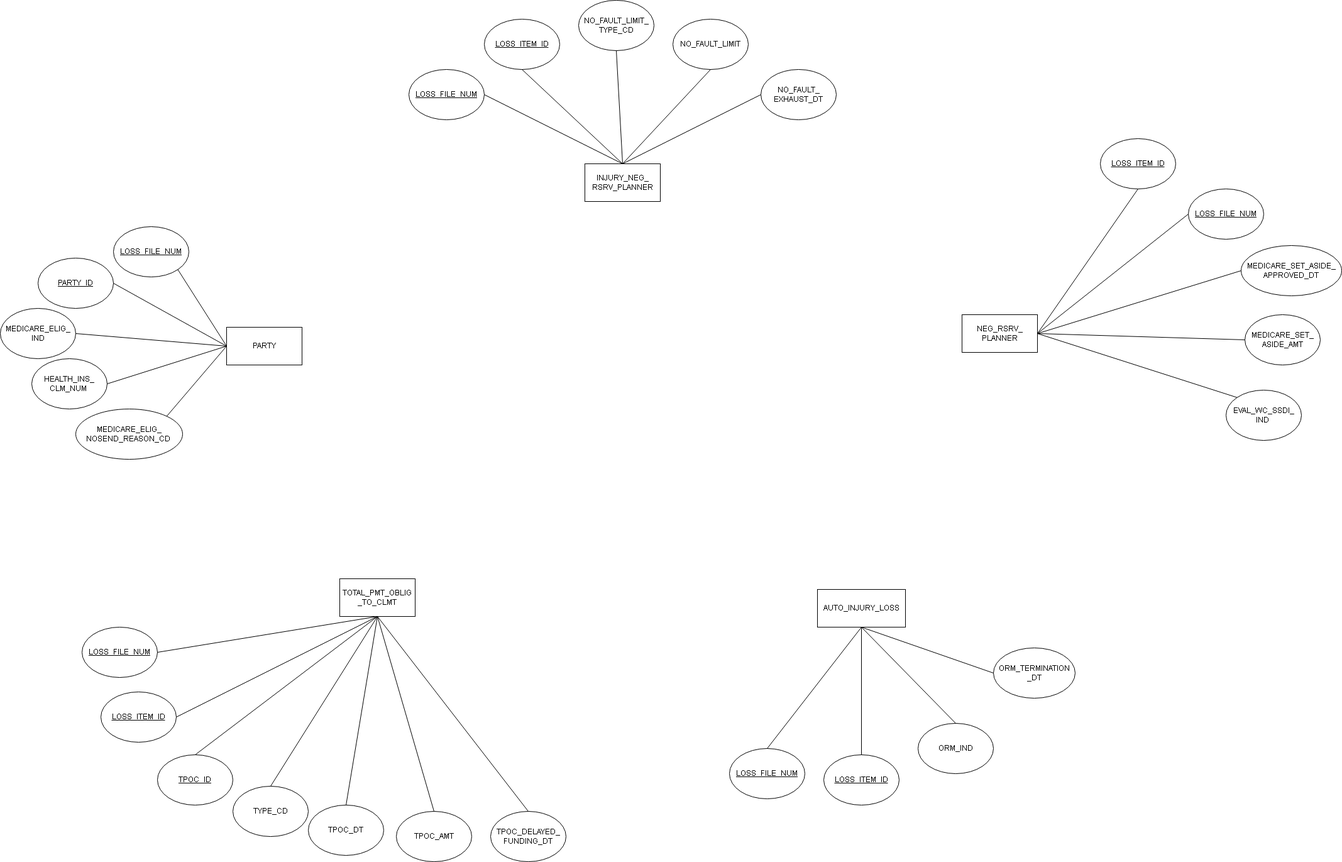
Earlier version of the draw.io export icu_medicare_tab.drawio.png (aliu7198/diagrams). Source tidied: cells renumbered, new cells last; positions are measured from the earlier drawing's top-left corner, leaving out a move shared by most shapes.
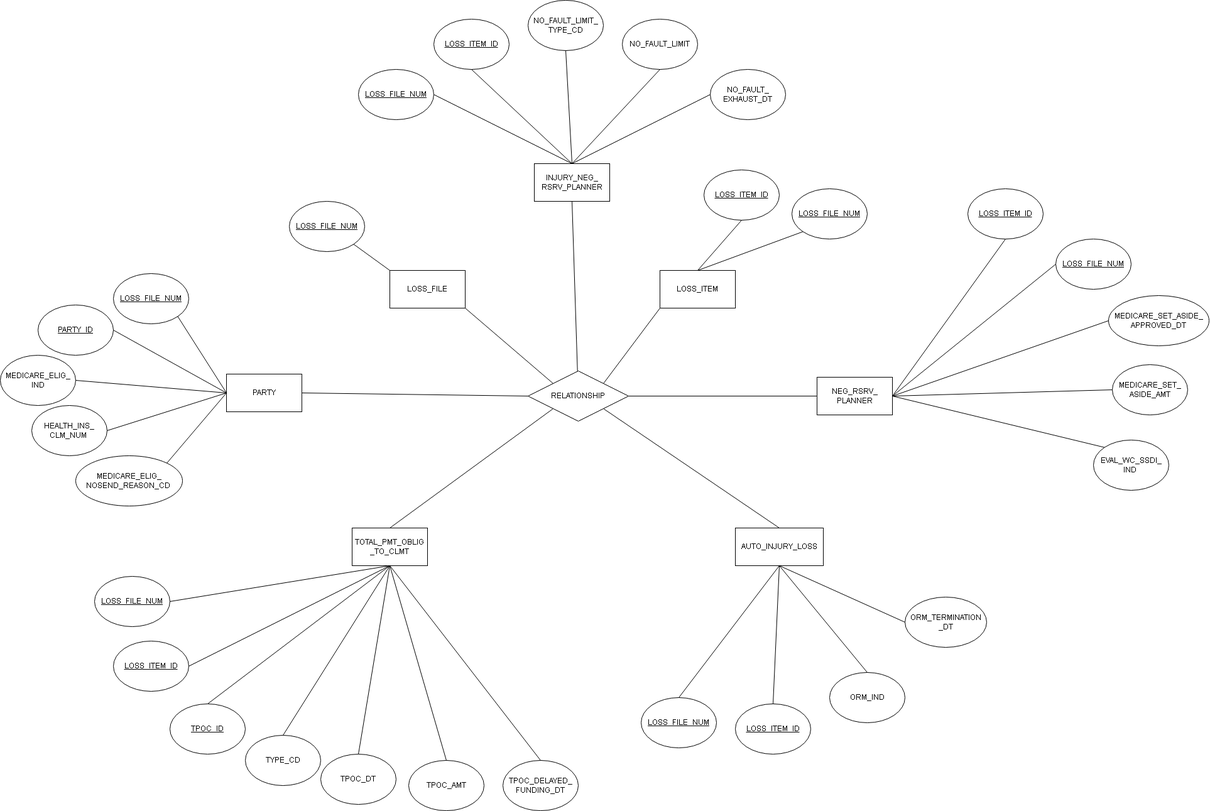
After the commit.

What changed in the source:
```diff
@@ -3,22 +3,22 @@
     <mxCell id="0" />
     <mxCell id="1" parent="0" />
     <mxCell id="2" value="PARTY" style="rounded=0;whiteSpace=wrap;html=1;" parent="1" vertex="1">
-      <mxGeometry x="360" y="520" width="120" height="60" as="geometry" />
+      <mxGeometry x="440" y="595" width="120" height="60" as="geometry" />
     </mxCell>
     <mxCell id="3" value="&lt;u&gt;LOSS_FILE_NUM&lt;/u&gt;" style="ellipse;whiteSpace=wrap;html=1;" parent="1" vertex="1">
-      <mxGeometry x="180" y="360" width="120" height="80" as="geometry" />
+      <mxGeometry x="260" y="435" width="120" height="80" as="geometry" />
     </mxCell>
     <mxCell id="4" value="&lt;u&gt;PARTY_ID&lt;/u&gt;" style="ellipse;whiteSpace=wrap;html=1;" parent="1" vertex="1">
-      <mxGeometry x="60" y="410" width="120" height="80" as="geometry" />
+      <mxGeometry x="140" y="485" width="120" height="80" as="geometry" />
     </mxCell>
     <mxCell id="5" value="MEDICARE_ELIG_&lt;div&gt;IND&lt;/div&gt;" style="ellipse;whiteSpace=wrap;html=1;" parent="1" vertex="1">
-      <mxGeometry y="490" width="120" height="80" as="geometry" />
+      <mxGeometry x="80" y="565" width="120" height="80" as="geometry" />
     </mxCell>
     <mxCell id="6" value="HEALTH_INS_&lt;div&gt;CLM_NUM&amp;nbsp;&lt;/div&gt;" style="ellipse;whiteSpace=wrap;html=1;" parent="1" vertex="1">
-      <mxGeometry x="50" y="570" width="120" height="80" as="geometry" />
+      <mxGeometry x="130" y="645" width="120" height="80" as="geometry" />
     </mxCell>
     <mxCell id="7" value="MEDICARE_ELIG_&lt;div&gt;NOSEND_REASON_CD&amp;nbsp;&lt;/div&gt;" style="ellipse;whiteSpace=wrap;html=1;" parent="1" vertex="1">
-      <mxGeometry x="120" y="650" width="170" height="80" as="geometry" />
+      <mxGeometry x="200" y="725" width="170" height="80" as="geometry" />
     </mxCell>
     <mxCell id="8" style="endArrow=none;html=1;rounded=0;exitX=1;exitY=1;exitDx=0;exitDy=0;entryX=0;entryY=0.5;entryDx=0;entryDy=0;" parent="1" edge="1" source="3" target="2">
       <mxGeometry relative="1" as="geometry" />
@@ -31,12 +31,12 @@
     </mxCell>
     <mxCell id="11" style="endArrow=none;html=1;rounded=0;exitX=1;exitY=0.5;exitDx=0;exitDy=0;" parent="1" edge="1" source="5">
       <mxGeometry relative="1" as="geometry">
-        <mxPoint x="360" y="550" as="targetPoint" />
+        <mxPoint x="440" y="625" as="targetPoint" />
       </mxGeometry>
     </mxCell>
     <mxCell id="12" style="endArrow=none;html=1;rounded=0;exitX=1;exitY=0;exitDx=0;exitDy=0;" parent="1" edge="1" source="7">
       <mxGeometry relative="1" as="geometry">
-        <mxPoint x="360" y="550" as="targetPoint" />
+        <mxPoint x="440" y="625" as="targetPoint" />
       </mxGeometry>
     </mxCell>
     <mxCell id="13" value="INJURY_NEG_&lt;div&gt;RSRV_PLANNER&lt;/div&gt;" style="rounded=0;whiteSpace=wrap;html=1;" parent="1" vertex="1">
@@ -73,30 +73,28 @@
       <mxGeometry relative="1" as="geometry" />
     </mxCell>
     <mxCell id="24" value="NEG_RSRV_&lt;div&gt;PLANNER&lt;/div&gt;" style="rounded=0;whiteSpace=wrap;html=1;" parent="1" vertex="1">
-      <mxGeometry x="1530" y="500" width="120" height="60" as="geometry" />
+      <mxGeometry x="1380" y="600" width="120" height="60" as="geometry" />
     </mxCell>
     <mxCell id="25" value="MEDICARE_SET_ASIDE_&lt;div&gt;APPROVED_DT&lt;/div&gt;" style="ellipse;whiteSpace=wrap;html=1;" parent="1" vertex="1">
-      <mxGeometry x="1974" y="390" width="160" height="80" as="geometry" />
+      <mxGeometry x="1844" y="470" width="160" height="80" as="geometry" />
     </mxCell>
     <mxCell id="26" value="MEDICARE_SET_&lt;div&gt;ASIDE_AMT&lt;/div&gt;" style="ellipse;whiteSpace=wrap;html=1;" parent="1" vertex="1">
-      <mxGeometry x="1980" y="500" width="120" height="80" as="geometry" />
+      <mxGeometry x="1850" y="580" width="120" height="80" as="geometry" />
     </mxCell>
     <mxCell id="27" value="EVAL_WC_SSDI_&lt;div&gt;IND&amp;nbsp;&lt;/div&gt;" style="ellipse;whiteSpace=wrap;html=1;" parent="1" vertex="1">
-      <mxGeometry x="1950" y="620" width="120" height="80" as="geometry" />
+      <mxGeometry x="1820" y="700" width="120" height="80" as="geometry" />
     </mxCell>
     <mxCell id="28" value="&lt;u&gt;LOSS_FILE_NUM&lt;/u&gt;" style="ellipse;whiteSpace=wrap;html=1;" parent="1" vertex="1">
-      <mxGeometry x="1890" y="300" width="120" height="80" as="geometry" />
+      <mxGeometry x="1760" y="380" width="120" height="80" as="geometry" />
     </mxCell>
     <mxCell id="29" value="&lt;u&gt;LOSS_ITEM_ID&lt;/u&gt;" style="ellipse;whiteSpace=wrap;html=1;" parent="1" vertex="1">
-      <mxGeometry x="1750" y="220" width="120" height="80" as="geometry" />
+      <mxGeometry x="1620" y="300" width="120" height="80" as="geometry" />
     </mxCell>
     <mxCell id="30" style="endArrow=none;html=1;rounded=0;entryX=0.5;entryY=1;entryDx=0;entryDy=0;exitX=1;exitY=0.5;exitDx=0;exitDy=0;" parent="1" edge="1" source="24" target="29">
       <mxGeometry relative="1" as="geometry" />
     </mxCell>
-    <mxCell id="31" style="endArrow=none;html=1;rounded=0;entryX=0;entryY=0.5;entryDx=0;entryDy=0;" parent="1" edge="1" target="25">
-      <mxGeometry relative="1" as="geometry">
-        <mxPoint x="1650" y="530" as="sourcePoint" />
-      </mxGeometry>
+    <mxCell id="31" style="endArrow=none;html=1;rounded=0;entryX=0;entryY=0.5;entryDx=0;entryDy=0;exitX=1;exitY=0.5;exitDx=0;exitDy=0;" parent="1" edge="1" source="24" target="25">
+      <mxGeometry relative="1" as="geometry" />
     </mxCell>
     <mxCell id="32" style="endArrow=none;html=1;rounded=0;entryX=0;entryY=0.5;entryDx=0;entryDy=0;exitX=1;exitY=0.5;exitDx=0;exitDy=0;" parent="1" edge="1" source="24" target="26">
       <mxGeometry relative="1" as="geometry" />
@@ -108,19 +106,19 @@
       <mxGeometry relative="1" as="geometry" />
     </mxCell>
     <mxCell id="35" value="AUTO_INJURY_LOSS" style="rounded=0;whiteSpace=wrap;html=1;" parent="1" vertex="1">
-      <mxGeometry x="1300" y="937" width="140" height="60" as="geometry" />
+      <mxGeometry x="1250" y="840" width="140" height="60" as="geometry" />
     </mxCell>
     <mxCell id="36" value="ORM_IND" style="ellipse;whiteSpace=wrap;html=1;" parent="1" vertex="1">
-      <mxGeometry x="1460" y="1150" width="120" height="80" as="geometry" />
+      <mxGeometry x="1400" y="1070" width="120" height="80" as="geometry" />
     </mxCell>
     <mxCell id="37" value="ORM_TERMINATION&lt;div&gt;_DT&lt;/div&gt;" style="ellipse;whiteSpace=wrap;html=1;" parent="1" vertex="1">
-      <mxGeometry x="1580" y="1030" width="130" height="80" as="geometry" />
+      <mxGeometry x="1520" y="950" width="130" height="80" as="geometry" />
     </mxCell>
     <mxCell id="38" value="&lt;u&gt;LOSS_FILE_NUM&lt;/u&gt;" style="ellipse;whiteSpace=wrap;html=1;" parent="1" vertex="1">
-      <mxGeometry x="1160" y="1190" width="120" height="80" as="geometry" />
+      <mxGeometry x="1100" y="1110" width="120" height="80" as="geometry" />
     </mxCell>
     <mxCell id="39" value="&lt;u&gt;LOSS_ITEM_ID&lt;/u&gt;" style="ellipse;whiteSpace=wrap;html=1;" parent="1" vertex="1">
-      <mxGeometry x="1310" y="1200" width="120" height="80" as="geometry" />
+      <mxGeometry x="1250" y="1120" width="120" height="80" as="geometry" />
     </mxCell>
     <mxCell id="40" style="endArrow=none;html=1;rounded=0;exitX=0.5;exitY=0;exitDx=0;exitDy=0;entryX=0.5;entryY=1;entryDx=0;entryDy=0;" parent="1" edge="1" source="38" target="35">
       <mxGeometry relative="1" as="geometry" />
@@ -135,28 +133,28 @@
       <mxGeometry relative="1" as="geometry" />
     </mxCell>
     <mxCell id="44" value="TOTAL_PMT_OBLIG&lt;div&gt;_TO_CLMT&lt;/div&gt;" style="rounded=0;whiteSpace=wrap;html=1;" parent="1" vertex="1">
-      <mxGeometry x="540" y="920" width="120" height="60" as="geometry" />
+      <mxGeometry x="640" y="840" width="120" height="60" as="geometry" />
     </mxCell>
     <mxCell id="45" value="&lt;u&gt;TPOC_ID&lt;/u&gt;" style="ellipse;whiteSpace=wrap;html=1;" parent="1" vertex="1">
-      <mxGeometry x="250" y="1200" width="120" height="80" as="geometry" />
+      <mxGeometry x="350" y="1120" width="120" height="80" as="geometry" />
     </mxCell>
     <mxCell id="46" value="TYPE_CD" style="ellipse;whiteSpace=wrap;html=1;" parent="1" vertex="1">
-      <mxGeometry x="370" y="1250" width="120" height="80" as="geometry" />
+      <mxGeometry x="470" y="1170" width="120" height="80" as="geometry" />
     </mxCell>
     <mxCell id="47" value="TPOC_DT" style="ellipse;whiteSpace=wrap;html=1;" parent="1" vertex="1">
-      <mxGeometry x="490" y="1280" width="120" height="80" as="geometry" />
+      <mxGeometry x="590" y="1200" width="120" height="80" as="geometry" />
     </mxCell>
     <mxCell id="48" value="TPOC_AMT" style="ellipse;whiteSpace=wrap;html=1;" parent="1" vertex="1">
-      <mxGeometry x="630" y="1290" width="120" height="80" as="geometry" />
+      <mxGeometry x="730" y="1210" width="120" height="80" as="geometry" />
     </mxCell>
     <mxCell id="49" value="TPOC_DELAYED_&lt;div&gt;FUNDING_DT&lt;/div&gt;" style="ellipse;whiteSpace=wrap;html=1;" parent="1" vertex="1">
-      <mxGeometry x="780" y="1290" width="120" height="80" as="geometry" />
+      <mxGeometry x="880" y="1210" width="120" height="80" as="geometry" />
     </mxCell>
     <mxCell id="50" value="&lt;u&gt;LOSS_FILE_NUM&lt;/u&gt;" style="ellipse;whiteSpace=wrap;html=1;" parent="1" vertex="1">
-      <mxGeometry x="130" y="997" width="120" height="80" as="geometry" />
+      <mxGeometry x="230" y="917" width="120" height="80" as="geometry" />
     </mxCell>
     <mxCell id="51" value="&lt;u&gt;LOSS_ITEM_ID&lt;/u&gt;" style="ellipse;whiteSpace=wrap;html=1;" parent="1" vertex="1">
-      <mxGeometry x="160" y="1100" width="120" height="80" as="geometry" />
+      <mxGeometry x="260" y="1020" width="120" height="80" as="geometry" />
     </mxCell>
     <mxCell id="52" style="endArrow=none;html=1;rounded=0;exitX=1;exitY=0.5;exitDx=0;exitDy=0;entryX=0.5;entryY=1;entryDx=0;entryDy=0;" parent="1" edge="1" source="50" target="44">
       <mxGeometry relative="1" as="geometry" />
@@ -179,5 +177,53 @@
     <mxCell id="58" style="endArrow=none;html=1;rounded=0;entryX=0.5;entryY=0;entryDx=0;entryDy=0;exitX=0.5;exitY=1;exitDx=0;exitDy=0;" parent="1" edge="1" source="44" target="49">
       <mxGeometry relative="1" as="geometry" />
     </mxCell>
+    <mxCell id="59" value="LOSS_FILE" style="rounded=0;whiteSpace=wrap;html=1;" parent="1" vertex="1">
+      <mxGeometry x="700" y="430" width="120" height="60" as="geometry" />
+    </mxCell>
+    <mxCell id="60" value="&lt;u&gt;LOSS_FILE_NUM&lt;/u&gt;" style="ellipse;whiteSpace=wrap;html=1;" parent="1" vertex="1">
+      <mxGeometry x="540" y="320" width="120" height="80" as="geometry" />
+    </mxCell>
+    <mxCell id="61" value="LOSS_ITEM" style="rounded=0;whiteSpace=wrap;html=1;" parent="1" vertex="1">
+      <mxGeometry x="1130" y="430" width="120" height="60" as="geometry" />
+    </mxCell>
+    <mxCell id="62" value="&lt;u&gt;LOSS_FILE_NUM&lt;/u&gt;" style="ellipse;whiteSpace=wrap;html=1;" parent="1" vertex="1">
+      <mxGeometry x="1340" y="300" width="120" height="80" as="geometry" />
+    </mxCell>
+    <mxCell id="63" value="&lt;u&gt;LOSS_ITEM_ID&lt;/u&gt;" style="ellipse;whiteSpace=wrap;html=1;" parent="1" vertex="1">
+      <mxGeometry x="1200" y="270" width="120" height="80" as="geometry" />
+    </mxCell>
+    <mxCell id="64" style="endArrow=none;html=1;rounded=0;entryX=0.5;entryY=1;entryDx=0;entryDy=0;exitX=0.5;exitY=0;exitDx=0;exitDy=0;" parent="1" edge="1" source="61" target="63">
+      <mxGeometry relative="1" as="geometry" />
+    </mxCell>
+    <mxCell id="65" style="endArrow=none;html=1;rounded=0;exitX=0.5;exitY=0;exitDx=0;exitDy=0;entryX=0;entryY=1;entryDx=0;entryDy=0;" parent="1" edge="1" source="61" target="62">
+      <mxGeometry relative="1" as="geometry" />
+    </mxCell>
+    <mxCell id="66" style="endArrow=none;html=1;rounded=0;exitX=0;exitY=0;exitDx=0;exitDy=0;entryX=1;entryY=1;entryDx=0;entryDy=0;" parent="1" edge="1" source="59" target="60">
+      <mxGeometry relative="1" as="geometry" />
+    </mxCell>
+    <mxCell id="67" value="RELATIONSHIP" style="rhombus;whiteSpace=wrap;html=1;" parent="1" vertex="1">
+      <mxGeometry x="920" y="590" width="160" height="80" as="geometry" />
+    </mxCell>
+    <mxCell id="68" style="endArrow=none;html=1;rounded=0;entryX=0;entryY=0;entryDx=0;entryDy=0;exitX=1;exitY=1;exitDx=0;exitDy=0;" parent="1" edge="1" source="59" target="67">
+      <mxGeometry relative="1" as="geometry" />
+    </mxCell>
+    <mxCell id="69" style="endArrow=none;html=1;rounded=0;exitX=1;exitY=0.5;exitDx=0;exitDy=0;entryX=0;entryY=0.5;entryDx=0;entryDy=0;" parent="1" edge="1" source="2" target="67">
+      <mxGeometry relative="1" as="geometry" />
+    </mxCell>
+    <mxCell id="70" style="endArrow=none;html=1;rounded=0;exitX=0.5;exitY=0;exitDx=0;exitDy=0;entryX=0;entryY=1;entryDx=0;entryDy=0;" parent="1" edge="1" source="44" target="67">
+      <mxGeometry relative="1" as="geometry" />
+    </mxCell>
+    <mxCell id="71" style="endArrow=none;html=1;rounded=0;exitX=1;exitY=1;exitDx=0;exitDy=0;entryX=0.5;entryY=0;entryDx=0;entryDy=0;" parent="1" edge="1" source="67" target="35">
+      <mxGeometry relative="1" as="geometry" />
+    </mxCell>
+    <mxCell id="72" style="endArrow=none;html=1;rounded=0;entryX=0.5;entryY=1;entryDx=0;entryDy=0;" parent="1" edge="1" source="67" target="13">
+      <mxGeometry relative="1" as="geometry" />
+    </mxCell>
+    <mxCell id="73" style="endArrow=none;html=1;rounded=0;exitX=1;exitY=0.5;exitDx=0;exitDy=0;entryX=0;entryY=0.5;entryDx=0;entryDy=0;" parent="1" edge="1" source="67" target="24">
+      <mxGeometry relative="1" as="geometry" />
+    </mxCell>
+    <mxCell id="74" style="endArrow=none;html=1;rounded=0;exitX=1;exitY=0;exitDx=0;exitDy=0;entryX=0;entryY=1;entryDx=0;entryDy=0;" parent="1" edge="1" source="67" target="61">
+      <mxGeometry relative="1" as="geometry" />
+    </mxCell>
   </root>
 </mxGraphModel>
```
